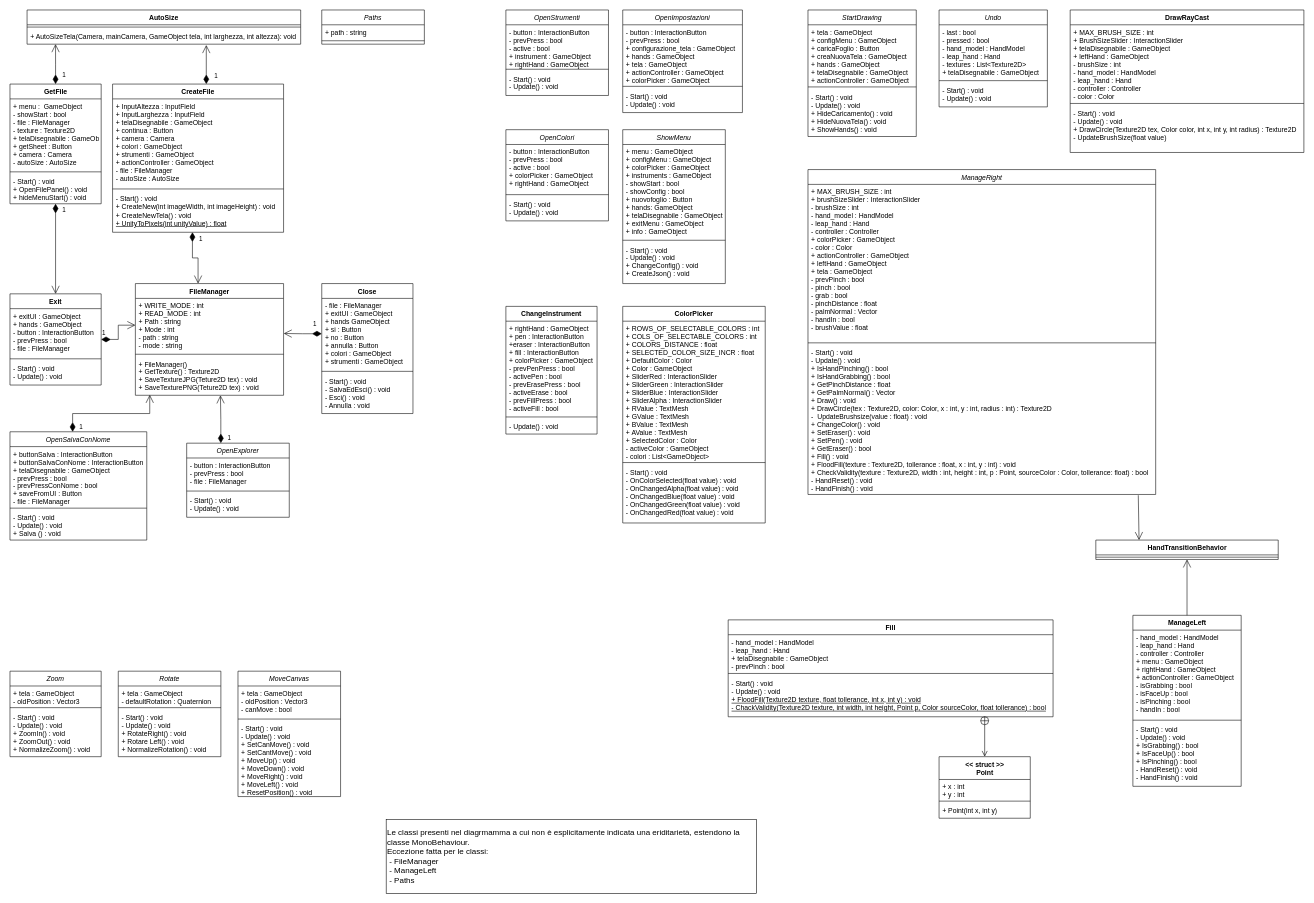
This is Documentazione/ClassDiagram.drawio from LuMug/VirtualPainter, a draw.io file, before an edit. Source tidied: cells renumbered, new cells numbered last; positions are measured from the earlier drawing's top-left corner, leaving out a move shared by most shapes. Both pictures are drawn from the tidied source at 57%, with x=0, y=0 at pixel (10, 10).
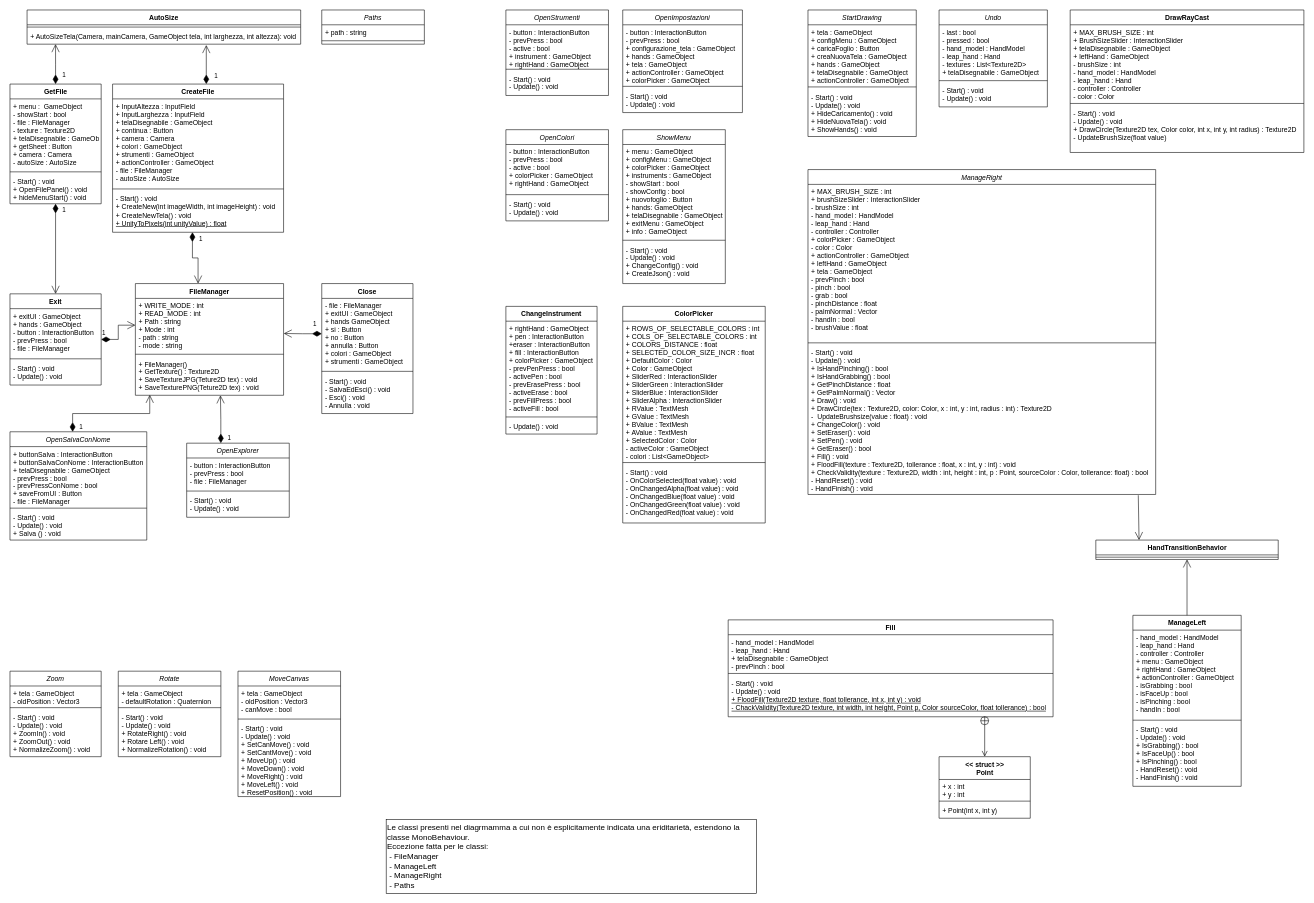
The same page after the edit.

The edit, as a diff of the source:
```diff
@@
-    <mxCell id="113" value="&lt;div align=&quot;left&quot;&gt;Le classi presenti nel diagrmamma a cui non è esplicitamente indicata una eriditarietà, estendono la classe MonoBehaviour.&lt;/div&gt;&lt;div align=&quot;left&quot;&gt;Eccezione fatta per le classi:&lt;/div&gt;&lt;div align=&quot;left&quot;&gt;&amp;nbsp;- FileManager&lt;/div&gt;&lt;div align=&quot;left&quot;&gt;&amp;nbsp;- ManageLeft&lt;/div&gt;&lt;div align=&quot;left&quot;&gt;&amp;nbsp;- Paths&lt;br&gt;&lt;/div&gt;" style="rounded=0;strokeWidth=1;fontSize=14;align=left;whiteSpace=wrap;html=1;labelBorderColor=none;labelBackgroundColor=none;" parent="1" vertex="1">
+    <mxCell id="113" value="&lt;div align=&quot;left&quot;&gt;Le classi presenti nel diagrmamma a cui non è esplicitamente indicata una eriditarietà, estendono la classe MonoBehaviour.&lt;/div&gt;&lt;div align=&quot;left&quot;&gt;Eccezione fatta per le classi:&lt;/div&gt;&lt;div align=&quot;left&quot;&gt;&amp;nbsp;- FileManager&lt;/div&gt;&lt;div align=&quot;left&quot;&gt;&amp;nbsp;- ManageLeft&lt;/div&gt;&lt;div align=&quot;left&quot;&gt;&amp;nbsp;- ManageRight&lt;br&gt;&lt;/div&gt;&lt;div align=&quot;left&quot;&gt;&amp;nbsp;- Paths&lt;br&gt;&lt;/div&gt;" style="rounded=0;strokeWidth=1;fontSize=14;align=left;whiteSpace=wrap;html=1;labelBorderColor=none;labelBackgroundColor=none;" parent="1" vertex="1">
       <mxGeometry x="660" y="1420" width="650" height="130" as="geometry" />
     </mxCell>
```
